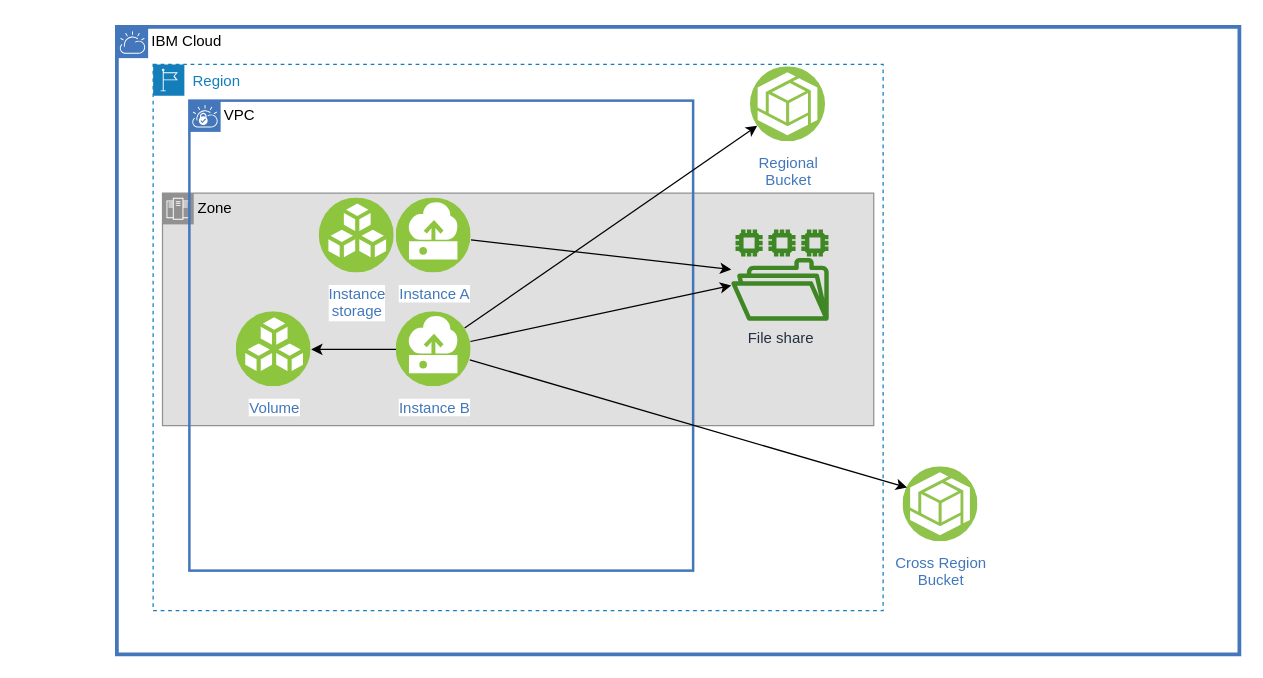
Earlier version of the draw.io diagram page "more" (2 of 3) of drawio/storage.drawio (powellquiring/ibm-storage). Source tidied: cells renumbered, new cells numbered last; positions are measured from the earlier drawing's top-left corner, leaving out a move shared by most shapes. Both pictures are drawn from the tidied source at 125%, with x=0, y=0 at pixel (116, 26). Pictures stored in the file or linked from it are replaced by grey dashed boxes.
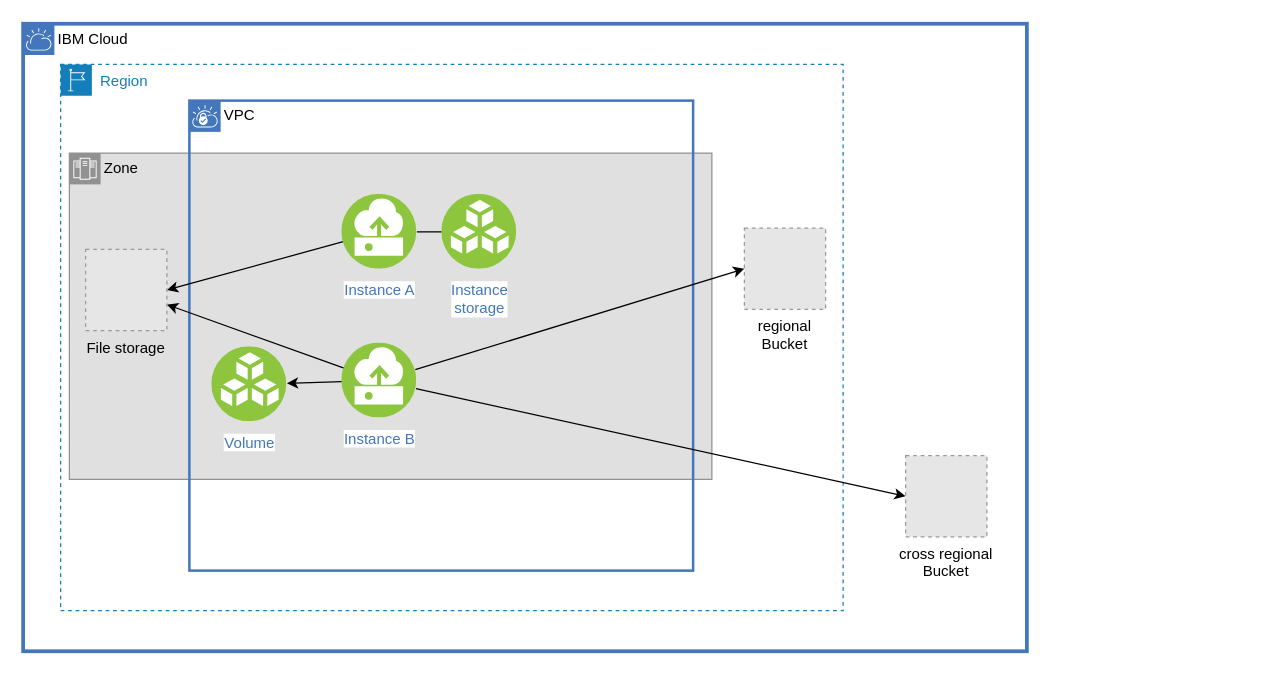
The same diagram, later.

Change to the diagram source:
```diff
@@
 <mxGraphModel>
   <root>
     <mxCell id="0" />
     <mxCell id="1" parent="0" />
     <mxCell id="2" value="IBM Cloud" style="shape=mxgraph.ibm.box;prType=cloud;fontStyle=0;verticalAlign=top;align=left;spacingLeft=32;spacingTop=4;fillColor=none;rounded=0;whiteSpace=wrap;html=1;strokeColor=#4376BB;strokeWidth=3;dashed=0;spacing=-4;" parent="1" vertex="1">
-      <mxGeometry width="898" height="502" as="geometry" />
+      <mxGeometry x="-75" y="-2.5" width="803" height="502" as="geometry" />
     </mxCell>
     <mxCell id="3" value="Zone" style="shape=mxgraph.ibm.box;prType=zone;fontStyle=0;verticalAlign=top;align=left;spacingLeft=32;spacingTop=4;fillColor=#E0E0E0;rounded=0;whiteSpace=wrap;html=1;strokeColor=#919191;strokeWidth=1;dashed=0;spacing=-4;" parent="1" vertex="1">
-      <mxGeometry x="36.5" y="133" width="569" height="186" as="geometry" />
+      <mxGeometry x="-38" y="101" width="514" height="261" as="geometry" />
     </mxCell>
     <mxCell id="4" value="VPC" style="shape=mxgraph.ibm.box;prType=vpc;fontStyle=0;verticalAlign=top;align=left;spacingLeft=32;spacingTop=4;fillColor=none;rounded=0;whiteSpace=wrap;html=1;strokeColor=#4376BB;strokeWidth=2;dashed=0;spacing=-4;" parent="1" vertex="1">
       <mxGeometry x="58" y="59" width="403" height="376" as="geometry" />
     </mxCell>
     <mxCell id="5" value="Region" style="gradientColor=none;html=1;whiteSpace=wrap;fontSize=12;fontStyle=0;shape=mxgraph.aws4.group;grIcon=mxgraph.aws4.group_region;strokeColor=#147EBA;fillColor=none;verticalAlign=top;align=left;spacingLeft=30;fontColor=#147EBA;dashed=1;" parent="1" vertex="1">
-      <mxGeometry x="29" y="30" width="584" height="437" as="geometry" />
+      <mxGeometry x="-45" y="30" width="626" height="437" as="geometry" />
     </mxCell>
-    <mxCell id="6" value="Regional&lt;br&gt;Bucket" style="perimeter=ellipsePerimeter;html=1;align=center;shadow=0;dashed=0;fontColor=#4277BB;labelBackgroundColor=#ffffff;fontSize=12;spacingTop=3;image;image=img/lib/ibm/vpc/ObjectStorage.svg;" parent="1" vertex="1">
-      <mxGeometry x="507" y="32" width="60" height="60" as="geometry" />
-    </mxCell>
-    <mxCell id="7" value="Cross Region&lt;br&gt;Bucket" style="perimeter=ellipsePerimeter;html=1;align=center;shadow=0;dashed=0;fontColor=#4277BB;labelBackgroundColor=#ffffff;fontSize=12;spacingTop=3;image;image=img/lib/ibm/vpc/ObjectStorage.svg;" parent="1" vertex="1">
-      <mxGeometry x="629" y="352" width="60" height="60" as="geometry" />
-    </mxCell>
-    <mxCell id="8" value="File share" style="sketch=0;outlineConnect=0;fontColor=#232F3E;gradientColor=none;fillColor=#3F8624;strokeColor=none;dashed=0;verticalLabelPosition=bottom;verticalAlign=top;align=center;html=1;fontSize=12;fontStyle=0;shape=mxgraph.aws4.file_system;" parent="1" vertex="1">
-      <mxGeometry x="491.5" y="162" width="78" height="73" as="geometry" />
-    </mxCell>
-    <mxCell id="9" style="edgeStyle=orthogonalEdgeStyle;rounded=0;jettySize=auto;html=1;" parent="1" edge="1" source="13" target="14">
+    <mxCell id="9" style="rounded=0;jettySize=auto;html=1;" parent="1" edge="1" source="13" target="14">
       <mxGeometry relative="1" as="geometry" />
     </mxCell>
-    <mxCell id="10" style="edgeStyle=none;rounded=0;jettySize=auto;html=1;" parent="1" edge="1" source="13" target="8">
-      <mxGeometry relative="1" as="geometry" />
-    </mxCell>
-    <mxCell id="11" style="edgeStyle=none;rounded=0;jettySize=auto;html=1;" parent="1" edge="1" source="13" target="6">
-      <mxGeometry relative="1" as="geometry" />
-    </mxCell>
-    <mxCell id="12" style="edgeStyle=none;rounded=0;jettySize=auto;html=1;entryX=0;entryY=0.25;entryDx=0;entryDy=0;" parent="1" edge="1" source="13" target="7">
-      <mxGeometry relative="1" as="geometry" />
-    </mxCell>
+    <mxCell id="18" style="edgeStyle=none;rounded=0;jettySize=auto;html=1;" parent="1" edge="1" source="13" target="23">
+      <mxGeometry relative="1" as="geometry" />
+    </mxCell>
+    <mxCell id="19" style="edgeStyle=none;rounded=0;jettySize=auto;html=1;entryX=0;entryY=0.5;entryDx=0;entryDy=0;" parent="1" edge="1" source="13" target="24">
+      <mxGeometry relative="1" as="geometry" />
+    </mxCell>
+    <mxCell id="20" style="edgeStyle=none;rounded=0;jettySize=auto;html=1;entryX=0;entryY=0.5;entryDx=0;entryDy=0;" parent="1" edge="1" source="13" target="25">
+      <mxGeometry relative="1" as="geometry" />
+    </mxCell>
     <mxCell id="13" value="Instance B" style="perimeter=ellipsePerimeter;html=1;align=center;shadow=0;dashed=0;fontColor=#4277BB;labelBackgroundColor=#ffffff;fontSize=12;spacingTop=3;image;image=img/lib/ibm/vpc/Instance.svg;" parent="1" vertex="1">
-      <mxGeometry x="223.5" y="228" width="60" height="60" as="geometry" />
+      <mxGeometry x="180" y="253" width="60" height="60" as="geometry" />
     </mxCell>
     <mxCell id="14" value="Volume" style="perimeter=ellipsePerimeter;html=1;align=center;shadow=0;dashed=0;fontColor=#4277BB;labelBackgroundColor=#ffffff;fontSize=12;spacingTop=3;image;image=img/lib/ibm/vpc/BlockStorage.svg;" parent="1" vertex="1">
-      <mxGeometry x="95.5" y="228" width="60" height="60" as="geometry" />
+      <mxGeometry x="76" y="256" width="60" height="60" as="geometry" />
     </mxCell>
-    <mxCell id="15" style="rounded=0;jettySize=auto;html=1;" parent="1" edge="1" source="16" target="8">
-      <mxGeometry relative="1" as="geometry" />
-    </mxCell>
+    <mxCell id="21" style="edgeStyle=none;rounded=0;jettySize=auto;html=1;entryX=1;entryY=0.5;entryDx=0;entryDy=0;" parent="1" edge="1" source="16" target="23">
+      <mxGeometry relative="1" as="geometry" />
+    </mxCell>
+    <mxCell id="22" style="edgeStyle=none;rounded=0;jettySize=auto;html=1;endArrow=none;endFill=0;" parent="1" edge="1" source="16" target="17">
+      <mxGeometry relative="1" as="geometry" />
+    </mxCell>
     <mxCell id="16" value="Instance A" style="perimeter=ellipsePerimeter;html=1;align=center;shadow=0;dashed=0;fontColor=#4277BB;labelBackgroundColor=#ffffff;fontSize=12;spacingTop=3;image;image=img/lib/ibm/vpc/Instance.svg;" parent="1" vertex="1">
-      <mxGeometry x="223.5" y="137" width="60" height="60" as="geometry" />
+      <mxGeometry x="180" y="134" width="60" height="60" as="geometry" />
     </mxCell>
     <mxCell id="17" value="Instance&lt;br&gt;storage" style="perimeter=ellipsePerimeter;html=1;align=center;shadow=0;dashed=0;fontColor=#4277BB;labelBackgroundColor=#ffffff;fontSize=12;spacingTop=3;image;image=img/lib/ibm/vpc/BlockStorage.svg;" parent="1" vertex="1">
-      <mxGeometry x="162" y="137" width="60" height="60" as="geometry" />
+      <mxGeometry x="260" y="134" width="60" height="60" as="geometry" />
     </mxCell>
+    <mxCell id="23" value="File storage" style="fillColor=#E6E6E6;strokeColor=#999999;dashed=1;verticalLabelPosition=bottom;verticalAlign=top;" parent="1" vertex="1">
+      <mxGeometry x="-25" y="178" width="65" height="65" as="geometry" />
+    </mxCell>
+    <mxCell id="24" value="cross regional&#10;Bucket" style="fillColor=#E6E6E6;strokeColor=#999999;dashed=1;verticalLabelPosition=bottom;verticalAlign=top;" parent="1" vertex="1">
+      <mxGeometry x="631" y="343" width="65" height="65" as="geometry" />
+    </mxCell>
+    <mxCell id="25" value="regional&#10;Bucket" style="fillColor=#E6E6E6;strokeColor=#999999;dashed=1;verticalLabelPosition=bottom;verticalAlign=top;" parent="1" vertex="1">
+      <mxGeometry x="502" y="161" width="65" height="65" as="geometry" />
+    </mxCell>
   </root>
 </mxGraphModel>
```
